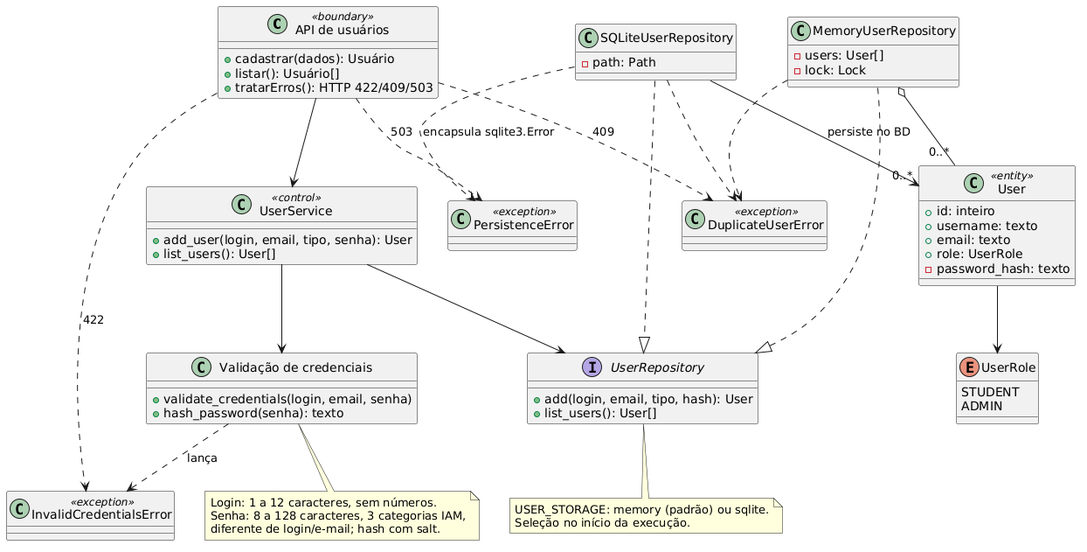
Miguelqfs/training-platform keeps this PlantUML diagram as docs/diagramas/diagrama-de-classes.png. Above is the earlier version.
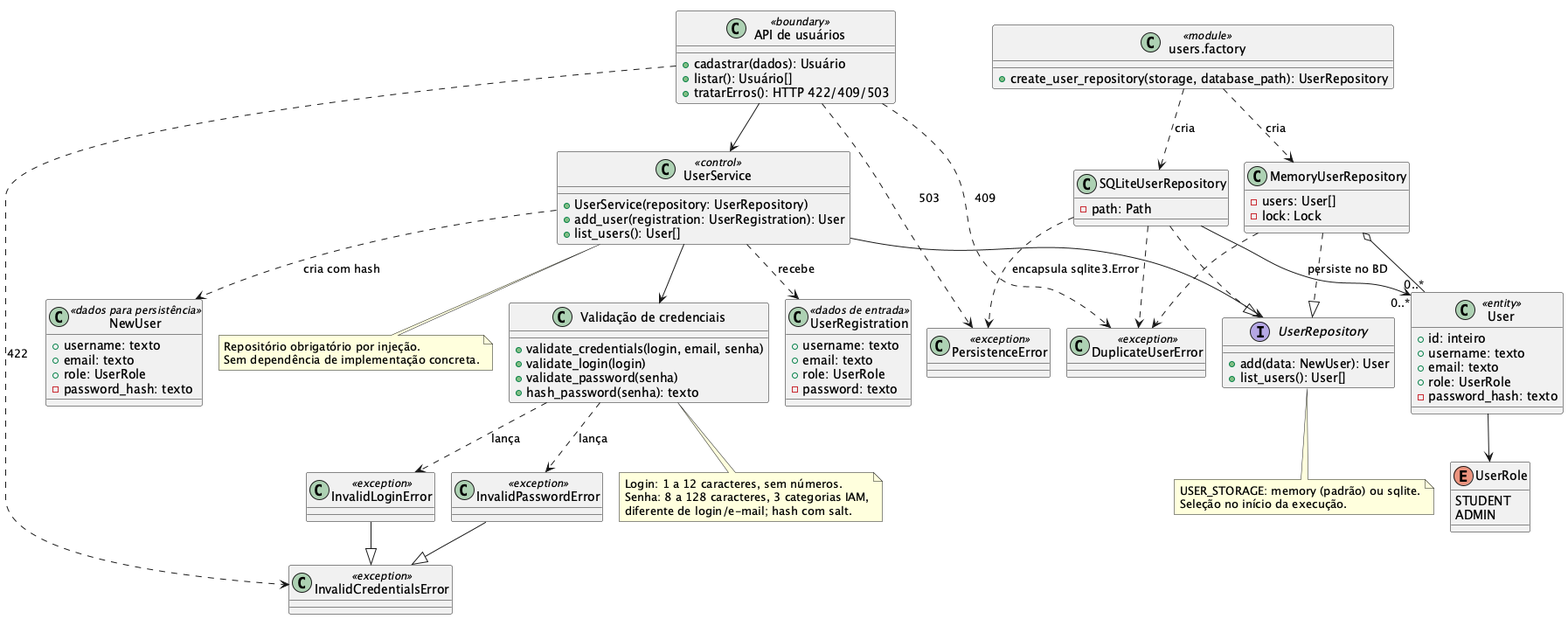
The same file after the commit.

Diff of the diagram source:
```diff
@@ -1,16 +1,32 @@
 @startuml
+!pragma layout smetana
 class "API de usuários" as API <<boundary>> {
   +cadastrar(dados): Usuário
   +listar(): Usuário[]
   +tratarErros(): HTTP 422/409/503
 }
 class UserService <<control>> {
-  +add_user(login, email, tipo, senha): User
+  +UserService(repository: UserRepository)
+  +add_user(registration: UserRegistration): User
   +list_users(): User[]
 }
 class "Validação de credenciais" as Credentials {
   +validate_credentials(login, email, senha)
+  +validate_login(login)
+  +validate_password(senha)
   +hash_password(senha): texto
+}
+class UserRegistration <<dados de entrada>> {
+  +username: texto
+  +email: texto
+  +role: UserRole
+  -password: texto
+}
+class NewUser <<dados para persistência>> {
+  +username: texto
+  +email: texto
+  +role: UserRole
+  -password_hash: texto
 }
 class User <<entity>> {
   +id: inteiro
@@ -24,7 +40,7 @@
   ADMIN
 }
 interface UserRepository {
-  +add(login, email, tipo, hash): User
+  +add(data: NewUser): User
   +list_users(): User[]
 }
 class MemoryUserRepository {
@@ -35,15 +51,27 @@
   -path: Path
 }
 class InvalidCredentialsError <<exception>>
+class InvalidLoginError <<exception>>
+class InvalidPasswordError <<exception>>
 class DuplicateUserError <<exception>>
 class PersistenceError <<exception>>
+class "users.factory" as Factory <<module>> {
+  +create_user_repository(storage, database_path): UserRepository
+}
 API --> UserService
 API ..> InvalidCredentialsError : 422
 API ..> DuplicateUserError : 409
 API ..> PersistenceError : 503
 UserService --> Credentials
 UserService --> UserRepository
-Credentials ..> InvalidCredentialsError : lança
+UserService ..> UserRegistration : recebe
+UserService ..> NewUser : cria com hash
+Credentials ..> InvalidLoginError : lança
+Credentials ..> InvalidPasswordError : lança
+InvalidLoginError --|> InvalidCredentialsError
+InvalidPasswordError --|> InvalidCredentialsError
+Factory ..> MemoryUserRepository : cria
+Factory ..> SQLiteUserRepository : cria
 MemoryUserRepository ..|> UserRepository
 SQLiteUserRepository ..|> UserRepository
 MemoryUserRepository o-- "0..*" User
@@ -61,4 +89,8 @@
   USER_STORAGE: memory (padrão) ou sqlite.
   Seleção no início da execução.
 end note
+note bottom of UserService
+  Repositório obrigatório por injeção.
+  Sem dependência de implementação concreta.
+end note
 @enduml
```
